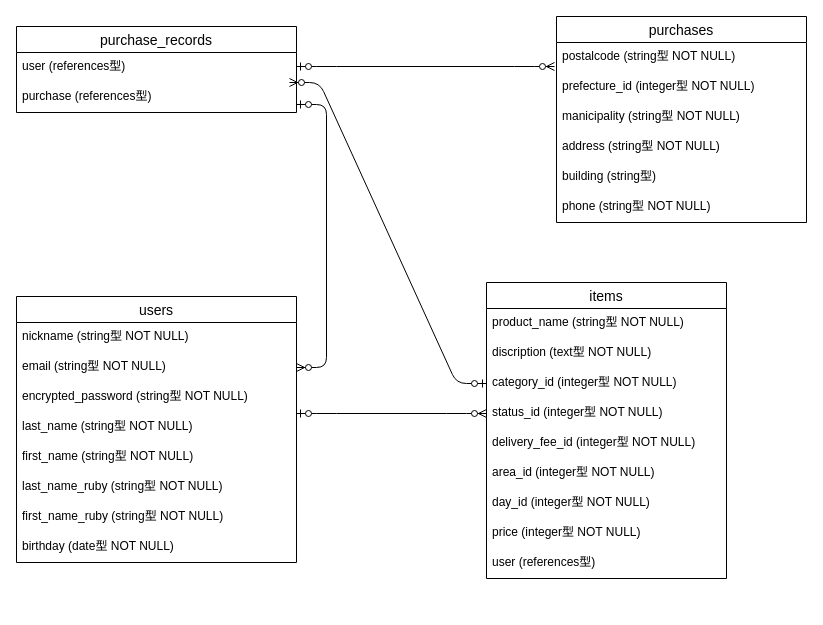
Earlier version of the draw.io diagram furima.dio (Takaomi-Sakai/furima-31593). Source tidied: cells renumbered, new cells numbered last; positions are measured from the earlier drawing's top-left corner, leaving out a move shared by most shapes. Both pictures are drawn from the tidied source at 100%, with x=0, y=0 at pixel (16, 16).
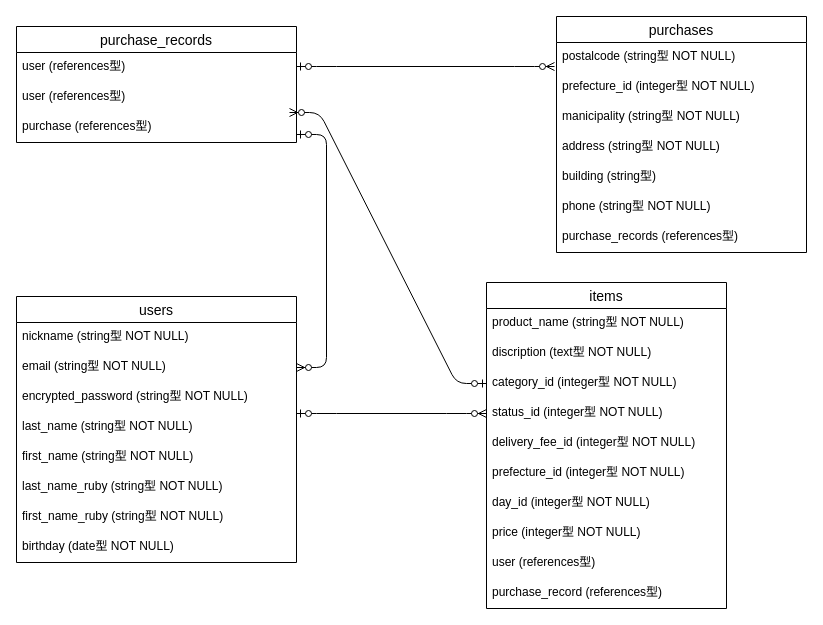
The same page after the edit.

Commit message (it also covers changes not shown here):
データベース設計_6回目

What changed in the source:
```diff
@@
     <mxCell id="11" value="items" style="swimlane;fontStyle=0;horizontal=1;startSize=26;align=center;fontSize=14;" parent="1" vertex="1">
-      <mxGeometry x="470" y="266" width="240" height="296" as="geometry" />
+      <mxGeometry x="470" y="266" width="240" height="326" as="geometry" />
     </mxCell>
@@
-    <mxCell id="17" value="area_id (integer型 NOT NULL)" style="text;strokeColor=none;fillColor=none;spacingLeft=4;spacingRight=4;overflow=hidden;fontSize=12;" parent="11" vertex="1">
+    <mxCell id="17" value="prefecture_id (integer型 NOT NULL)" style="text;strokeColor=none;fillColor=none;spacingLeft=4;spacingRight=4;overflow=hidden;fontSize=12;" parent="11" vertex="1">
       <mxGeometry y="176" width="240" height="30" as="geometry" />
     </mxCell>
@@
+    <mxCell id="35" value="purchase_record (references型)" style="text;strokeColor=none;fillColor=none;spacingLeft=4;spacingRight=4;overflow=hidden;fontSize=12;" parent="11" vertex="1">
+      <mxGeometry y="296" width="240" height="30" as="geometry" />
+    </mxCell>
     <mxCell id="21" value="purchases" style="swimlane;fontStyle=0;horizontal=1;startSize=26;align=center;fontSize=14;" parent="1" vertex="1">
-      <mxGeometry x="540" width="250" height="206" as="geometry" />
+      <mxGeometry x="540" width="250" height="236" as="geometry" />
     </mxCell>
@@
+    <mxCell id="36" value="phone (string型 NOT NULL)" style="text;strokeColor=none;fillColor=none;spacingLeft=4;spacingRight=4;overflow=hidden;fontSize=12;" parent="21" vertex="1">
+      <mxGeometry y="176" width="250" height="30" as="geometry" />
+    </mxCell>
-    <mxCell id="27" value="phone (string型 NOT NULL)" style="text;strokeColor=none;fillColor=none;spacingLeft=4;spacingRight=4;overflow=hidden;fontSize=12;" parent="21" vertex="1">
-      <mxGeometry y="176" width="250" height="30" as="geometry" />
+    <mxCell id="27" value="purchase_records (references型)" style="text;strokeColor=none;fillColor=none;spacingLeft=4;spacingRight=4;overflow=hidden;fontSize=12;" parent="21" vertex="1">
+      <mxGeometry y="206" width="250" height="30" as="geometry" />
     </mxCell>
     <mxCell id="28" value="purchase_records" style="swimlane;fontStyle=0;horizontal=1;startSize=26;align=center;fontSize=14;" parent="1" vertex="1">
-      <mxGeometry y="10" width="280" height="86" as="geometry" />
+      <mxGeometry y="10" width="280" height="116" as="geometry" />
     </mxCell>
@@
+    <mxCell id="37" value="user (references型)" style="text;strokeColor=none;fillColor=none;spacingLeft=4;spacingRight=4;overflow=hidden;fontSize=12;" parent="28" vertex="1">
+      <mxGeometry y="56" width="280" height="30" as="geometry" />
+    </mxCell>
     <mxCell id="30" value="purchase (references型)" style="text;strokeColor=none;fillColor=none;spacingLeft=4;spacingRight=4;overflow=hidden;points=[[0,0.5],[1,0.5]];portConstraint=eastwest;fontSize=12;" parent="28" vertex="1">
-      <mxGeometry y="56" width="280" height="30" as="geometry" />
+      <mxGeometry y="86" width="280" height="30" as="geometry" />
     </mxCell>
```
